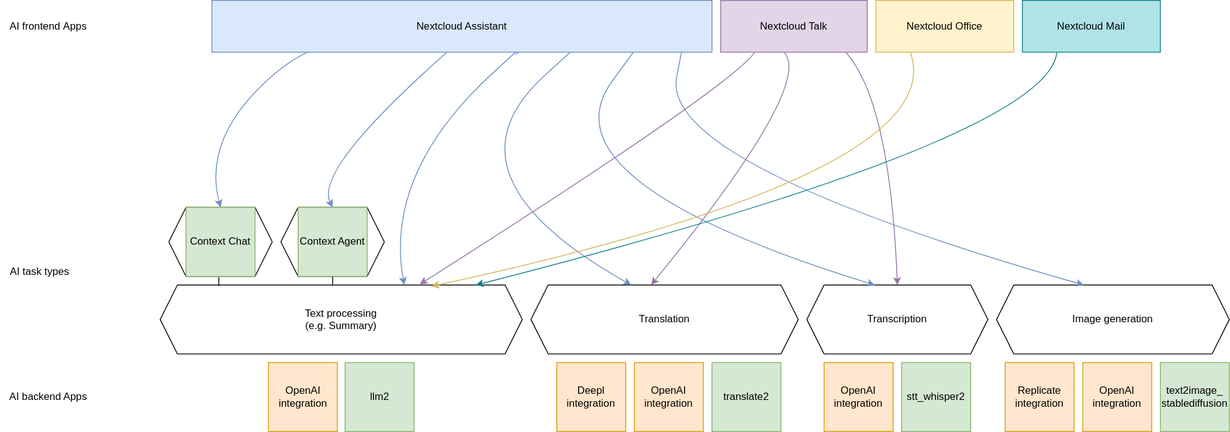
nextcloud/documentation keeps this draw.io diagram as admin_manual/ai/images/ai_overview.svg. Above is the earlier version. Source tidied: cells renumbered, new cells last; positions are measured from the earlier drawing's top-left corner, leaving out a move shared by most shapes.
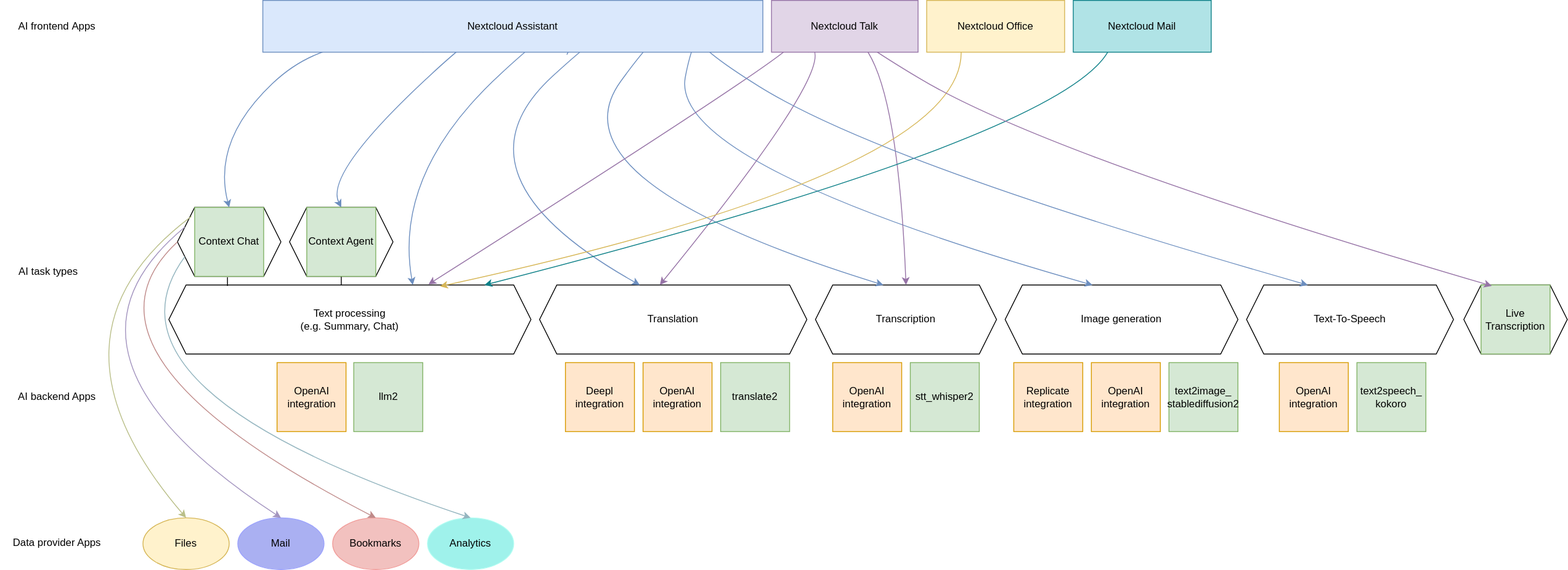
Later version of the same file.

Change to the diagram source:
```diff
@@ -17,7 +17,7 @@
     <mxCell id="6" value="stt_whisper2" style="whiteSpace=wrap;html=1;fillColor=#d5e8d4;strokeColor=#82b366;" parent="1" vertex="1">
       <mxGeometry x="1045" y="460" width="80" height="80" as="geometry" />
     </mxCell>
-    <mxCell id="7" value="Text processing&lt;br&gt;(e.g. Summary)" style="shape=hexagon;perimeter=hexagonPerimeter2;whiteSpace=wrap;html=1;fixedSize=1;" parent="1" vertex="1">
+    <mxCell id="7" value="Text processing&lt;br&gt;(e.g. Summary, Chat)" style="shape=hexagon;perimeter=hexagonPerimeter2;whiteSpace=wrap;html=1;fixedSize=1;" parent="1" vertex="1">
       <mxGeometry x="185" y="370" width="420" height="80" as="geometry" />
     </mxCell>
     <mxCell id="8" value="Translation" style="shape=hexagon;perimeter=hexagonPerimeter2;whiteSpace=wrap;html=1;fixedSize=1;" parent="1" vertex="1">
@@ -38,7 +38,7 @@
     <mxCell id="13" value="OpenAI integration" style="whiteSpace=wrap;html=1;fillColor=#ffe6cc;strokeColor=#d79b00;" parent="1" vertex="1">
       <mxGeometry x="1255" y="460" width="80" height="80" as="geometry" />
     </mxCell>
-    <mxCell id="14" value="text2image_&lt;div&gt;stablediffusion&lt;/div&gt;" style="whiteSpace=wrap;html=1;fillColor=#d5e8d4;strokeColor=#82b366;" parent="1" vertex="1">
+    <mxCell id="14" value="text2image_&lt;div&gt;stablediffusion2&lt;/div&gt;" style="whiteSpace=wrap;html=1;fillColor=#d5e8d4;strokeColor=#82b366;" parent="1" vertex="1">
       <mxGeometry x="1345" y="460" width="80" height="80" as="geometry" />
     </mxCell>
     <mxCell id="15" style="shape=hexagon;perimeter=hexagonPerimeter2;whiteSpace=wrap;html=1;fixedSize=1;" parent="1" vertex="1">
@@ -150,14 +150,11 @@
         </Array>
       </mxGeometry>
     </mxCell>
-    <mxCell id="34" value="Nextcloud Assistant" style="rounded=0;whiteSpace=wrap;html=1;fillColor=#dae8fc;strokeColor=#6c8ebf;" parent="1" vertex="1">
-      <mxGeometry x="245" y="40" width="580" height="60" as="geometry" />
-    </mxCell>
     <mxCell id="35" value="Nextcloud Mail" style="rounded=0;whiteSpace=wrap;html=1;fillColor=#b0e3e6;strokeColor=#0e8088;" parent="1" vertex="1">
-      <mxGeometry x="1185" y="40" width="160" height="60" as="geometry" />
+      <mxGeometry x="1234" y="40" width="160" height="60" as="geometry" />
     </mxCell>
     <mxCell id="36" value="Nextcloud Office" style="rounded=0;whiteSpace=wrap;html=1;fillColor=#fff2cc;strokeColor=#d6b656;" parent="1" vertex="1">
-      <mxGeometry x="1015" y="40" width="160" height="60" as="geometry" />
+      <mxGeometry x="1064" y="40" width="160" height="60" as="geometry" />
     </mxCell>
     <mxCell id="37" style="curved=1;endArrow=classic;html=1;rounded=0;entryX=0.717;entryY=-0.01;entryDx=0;entryDy=0;entryPerimeter=0;fillColor=#e1d5e7;strokeColor=#9673a6;exitX=0;exitY=1;exitDx=0;exitDy=0;" parent="1" edge="1" source="38" target="7">
       <mxGeometry relative="1" as="geometry">
@@ -166,11 +163,90 @@
         </Array>
       </mxGeometry>
     </mxCell>
+    <mxCell id="39" value="Replicate&lt;br&gt;integration" style="whiteSpace=wrap;html=1;fillColor=#ffe6cc;strokeColor=#d79b00;" parent="1" vertex="1">
+      <mxGeometry x="1165" y="460" width="80" height="80" as="geometry" />
+    </mxCell>
+    <mxCell id="40" value="Text-To-Speech" style="shape=hexagon;perimeter=hexagonPerimeter2;whiteSpace=wrap;html=1;fixedSize=1;" parent="1" vertex="1">
+      <mxGeometry x="1435" y="370" width="240" height="80" as="geometry" />
+    </mxCell>
+    <mxCell id="41" value="OpenAI integration" style="whiteSpace=wrap;html=1;fillColor=#ffe6cc;strokeColor=#d79b00;" parent="1" vertex="1">
+      <mxGeometry x="1473" y="460" width="80" height="80" as="geometry" />
+    </mxCell>
+    <mxCell id="42" value="text2speech_&lt;br&gt;kokoro" style="whiteSpace=wrap;html=1;fillColor=#d5e8d4;strokeColor=#82b366;" parent="1" vertex="1">
+      <mxGeometry x="1563" y="460" width="80" height="80" as="geometry" />
+    </mxCell>
+    <mxCell id="43" style="curved=1;endArrow=classic;html=1;rounded=0;entryX=0.375;entryY=0;entryDx=0;entryDy=0;fillColor=#dae8fc;strokeColor=#6c8ebf;exitX=0.983;exitY=0.667;exitDx=0;exitDy=0;exitPerimeter=0;" parent="1" edge="1" source="34">
+      <mxGeometry relative="1" as="geometry">
+        <mxPoint x="1506" y="370" as="targetPoint" />
+        <Array as="points">
+          <mxPoint x="725" y="50" />
+          <mxPoint x="1015" y="230" />
+        </Array>
+      </mxGeometry>
+    </mxCell>
+    <mxCell id="34" value="Nextcloud Assistant" style="rounded=0;whiteSpace=wrap;html=1;fillColor=#dae8fc;strokeColor=#6c8ebf;" parent="1" vertex="1">
+      <mxGeometry x="294" y="40" width="580" height="60" as="geometry" />
+    </mxCell>
+    <mxCell id="44" style="shape=hexagon;perimeter=hexagonPerimeter2;whiteSpace=wrap;html=1;fixedSize=1;" parent="1" vertex="1">
+      <mxGeometry x="1687" y="370" width="120" height="80" as="geometry" />
+    </mxCell>
+    <mxCell id="45" value="Live Transcription" style="whiteSpace=wrap;html=1;fillColor=#d5e8d4;strokeColor=#82b366;" parent="1" vertex="1">
+      <mxGeometry x="1707" y="370" width="80" height="80" as="geometry" />
+    </mxCell>
+    <mxCell id="46" style="curved=1;endArrow=classic;html=1;rounded=0;entryX=0.155;entryY=0.013;entryDx=0;entryDy=0;fillColor=#e1d5e7;strokeColor=#9673a6;exitX=0.983;exitY=0.667;exitDx=0;exitDy=0;exitPerimeter=0;entryPerimeter=0;" parent="1" edge="1" target="45">
+      <mxGeometry relative="1" as="geometry">
+        <mxPoint x="1005" y="70" as="sourcePoint" />
+        <Array as="points">
+          <mxPoint x="905" y="40" />
+          <mxPoint x="1205" y="220" />
+        </Array>
+      </mxGeometry>
+    </mxCell>
     <mxCell id="38" value="Nextcloud Talk" style="rounded=0;whiteSpace=wrap;html=1;fillColor=#e1d5e7;strokeColor=#9673a6;" parent="1" vertex="1">
-      <mxGeometry x="835" y="40" width="170" height="60" as="geometry" />
+      <mxGeometry x="884" y="40" width="170" height="60" as="geometry" />
     </mxCell>
-    <mxCell id="39" value="Replicate&lt;br&gt;integration" style="whiteSpace=wrap;html=1;fillColor=#ffe6cc;strokeColor=#d79b00;" parent="1" vertex="1">
-      <mxGeometry x="1165" y="460" width="80" height="80" as="geometry" />
-    </mxCell>
+    <mxCell id="47" value="Data provider Apps" style="text;html=1;align=center;verticalAlign=middle;strokeColor=none;fillColor=none;" parent="1" vertex="1">
+      <mxGeometry x="-10" y="654" width="130" height="30" as="geometry" />
+    </mxCell>
+    <mxCell id="48" value="Bookmarks" style="ellipse;whiteSpace=wrap;html=1;fillColor=light-dark(#f2c1bf, #d0635f);strokeColor=#F19C99;" parent="1" vertex="1">
+      <mxGeometry x="375" y="640" width="100" height="60" as="geometry" />
+    </mxCell>
+    <mxCell id="49" value="Mail" style="ellipse;whiteSpace=wrap;html=1;fillColor=light-dark(#AAB0F2,#D0635F);strokeColor=light-dark(#9ba2fd, #914845);" parent="1" vertex="1">
+      <mxGeometry x="265" y="640" width="100" height="60" as="geometry" />
+    </mxCell>
+    <mxCell id="50" value="Analytics" style="ellipse;whiteSpace=wrap;html=1;fillColor=light-dark(#9FF2EB,#D0635F);strokeColor=light-dark(#B2FDF2,#914845);" parent="1" vertex="1">
+      <mxGeometry x="485" y="640" width="100" height="60" as="geometry" />
+    </mxCell>
+    <mxCell id="51" style="curved=1;endArrow=classic;html=1;rounded=0;entryX=0.5;entryY=0;entryDx=0;entryDy=0;fillColor=#dae8fc;strokeColor=#BF8A89;exitX=0;exitY=0.5;exitDx=0;exitDy=0;" parent="1" edge="1" source="15" target="48">
+      <mxGeometry relative="1" as="geometry">
+        <Array as="points">
+          <mxPoint x="55" y="450" />
+        </Array>
+      </mxGeometry>
+    </mxCell>
+    <mxCell id="52" style="curved=1;endArrow=classic;html=1;rounded=0;entryX=0.5;entryY=0;entryDx=0;entryDy=0;fillColor=#dae8fc;strokeColor=#A394BF;exitX=0;exitY=0.25;exitDx=0;exitDy=0;" parent="1" edge="1" source="15" target="49">
+      <mxGeometry relative="1" as="geometry">
+        <Array as="points">
+          <mxPoint x="25" y="450" />
+        </Array>
+      </mxGeometry>
+    </mxCell>
+    <mxCell id="53" style="curved=1;endArrow=classic;html=1;rounded=0;entryX=0.5;entryY=0;entryDx=0;entryDy=0;fillColor=#dae8fc;strokeColor=#94B5BF;exitX=0;exitY=0.75;exitDx=0;exitDy=0;" parent="1" edge="1" source="15" target="50">
+      <mxGeometry relative="1" as="geometry">
+        <Array as="points">
+          <mxPoint x="90" y="492" />
+        </Array>
+      </mxGeometry>
+    </mxCell>
+    <mxCell id="54" value="Files" style="ellipse;whiteSpace=wrap;html=1;fillColor=#fff2cc;strokeColor=#d6b656;" parent="1" vertex="1">
+      <mxGeometry x="155" y="640" width="100" height="60" as="geometry" />
+    </mxCell>
+    <mxCell id="55" style="curved=1;endArrow=classic;html=1;rounded=0;entryX=0.5;entryY=0;entryDx=0;entryDy=0;fillColor=#dae8fc;strokeColor=#BABF89;exitX=0.135;exitY=0.13;exitDx=0;exitDy=0;exitPerimeter=0;" parent="1" edge="1" source="15" target="54">
+      <mxGeometry relative="1" as="geometry">
+        <Array as="points">
+          <mxPoint x="25" y="430" />
+        </Array>
+      </mxGeometry>
+    </mxCell>
   </root>
 </mxGraphModel>
```
